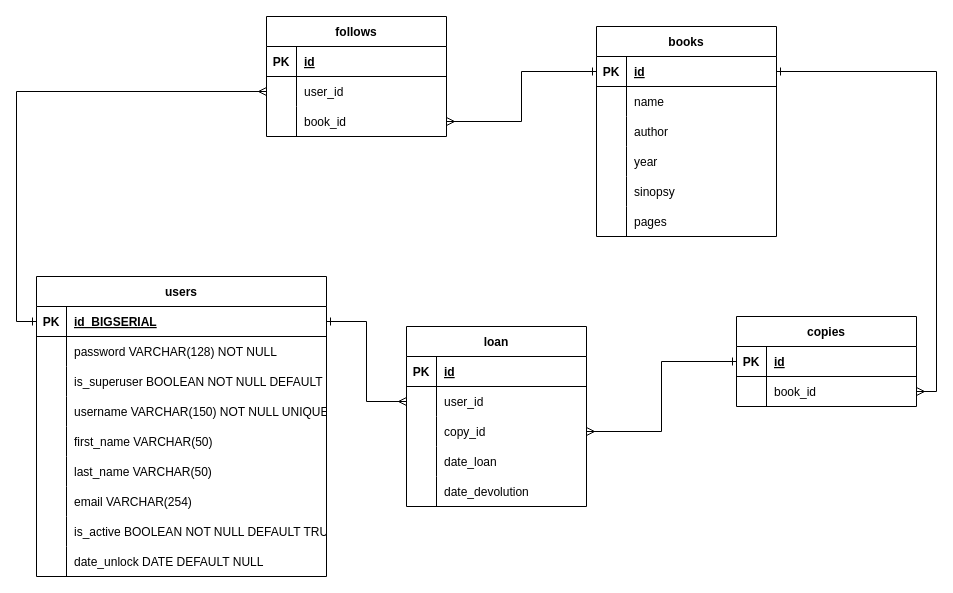
Above: Diagram.drawio in Grupo-3-BiblioteKA/backend (draw.io), before the change. Source tidied: cells renumbered, new cells numbered last; positions are measured from the earlier drawing's top-left corner, leaving out a move shared by most shapes. Both pictures are drawn from the tidied source at 100%, with x=0, y=0 at pixel (36, 16).
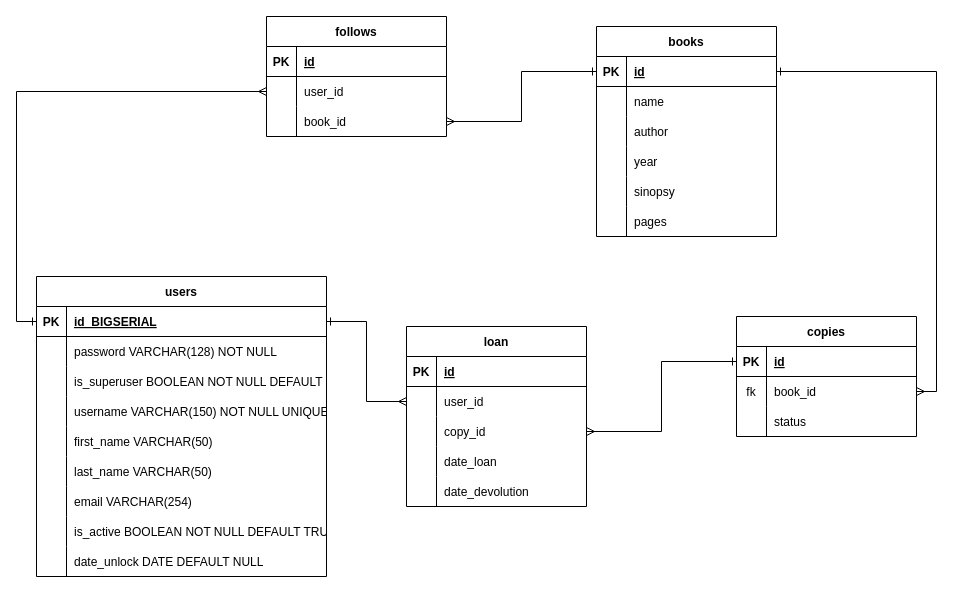
Above is the later version.

Commit message:
fix:  status in copies to diagram

Unchanged cells that the change refers to:
```xml
<mxCell id="51" style="shape=tableRow;horizontal=0;startSize=0;swimlaneHead=0;swimlaneBody=0;fillColor=none;points=[[0,0.5],[1,0.5]];portConstraint=eastwest;top=0;left=0;right=0;bottom=0;" parent="47" vertex="1">
  <mxGeometry y="60" width="180" height="30" as="geometry" />
</mxCell>
```

Diff of the diagram source:
```diff
@@
     <mxCell id="47" value="copies" style="shape=table;startSize=30;childLayout=tableLayout;rowLines=0;fontStyle=1;align=center;" parent="1" vertex="1">
-      <mxGeometry x="700" y="300" width="180" height="90" as="geometry" />
+      <mxGeometry x="700" y="300" width="180" height="120" as="geometry" />
     </mxCell>
@@
-    <mxCell id="52" style="shape=partialRectangle;fillColor=none;top=0;left=0;bottom=0;right=0;overflow=hidden;" parent="51" vertex="1">
+    <mxCell id="52" value="fk" style="shape=partialRectangle;fillColor=none;top=0;left=0;bottom=0;right=0;overflow=hidden;" parent="51" vertex="1">
       <mxGeometry width="30" height="30" as="geometry" />
     </mxCell>
@@
+    <mxCell id="87" style="shape=tableRow;horizontal=0;startSize=0;swimlaneHead=0;swimlaneBody=0;fillColor=none;top=0;left=0;right=0;bottom=0;" parent="47" vertex="1">
+      <mxGeometry y="90" width="180" height="30" as="geometry" />
+    </mxCell>
+    <mxCell id="88" style="shape=partialRectangle;fillColor=none;top=0;left=0;bottom=0;right=0;overflow=hidden;" parent="87" vertex="1">
+      <mxGeometry width="30" height="30" as="geometry" />
+    </mxCell>
+    <mxCell id="89" value="status" style="shape=partialRectangle;fillColor=none;top=0;left=0;bottom=0;right=0;align=left;spacingLeft=6;overflow=hidden;" parent="87" vertex="1">
+      <mxGeometry x="30" width="150" height="30" as="geometry" />
+    </mxCell>
```
